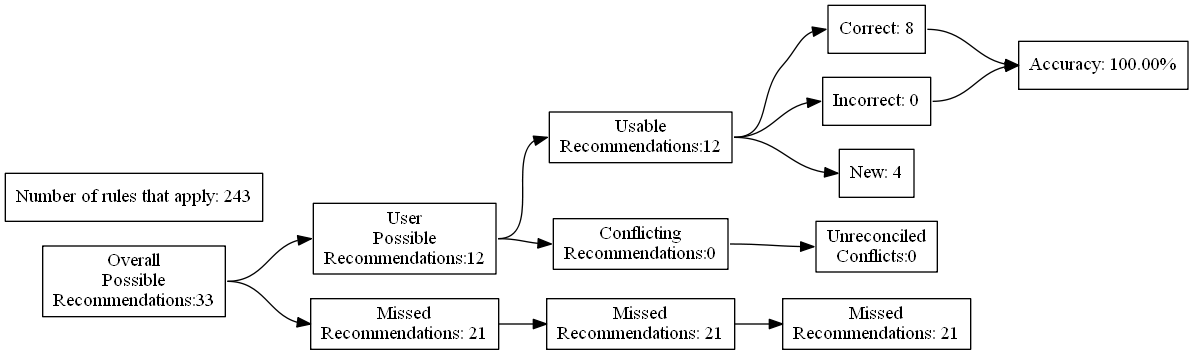
Before: test_renders/51.gv.png, a diagram exported from Graphviz (ZaxR/ibd_diet_analysis). Its source is kept beside it as test_renders/51.gv.
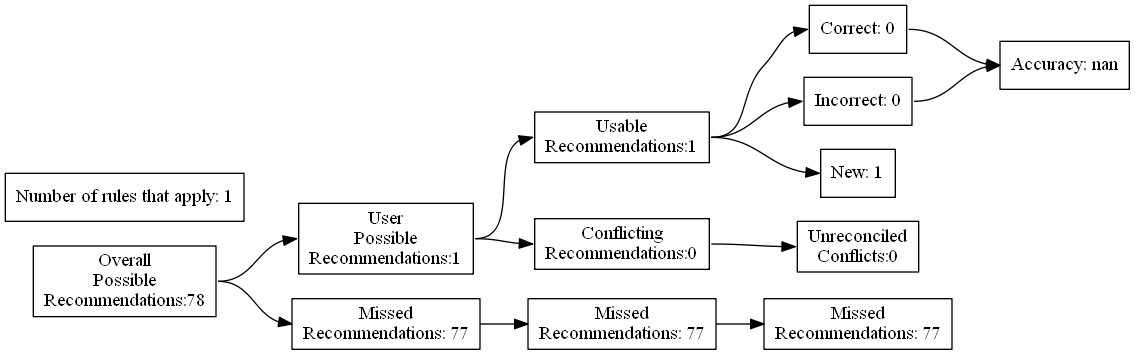
Above is the later version.

Diff of the diagram source:
```diff
@@ -4,27 +4,27 @@
 	edge [headport=w tailport=e]
 		A [label="Overall
 Possible
-Recommendations:33"]
+Recommendations:78"]
 		B [label="User
 Possible
-Recommendations:12"]
+Recommendations:1"]
 		C [label="Missed
-Recommendations: 21"]
+Recommendations: 77"]
 		D [label="Usable
-Recommendations:12"]
+Recommendations:1"]
 		E [label="Conflicting
 Recommendations:0"]
 		J [label="Missed
-Recommendations: 21"]
+Recommendations: 77"]
 		M [label="Unreconciled
 Conflicts:0"]
-		F [label="Correct: 8"]
+		F [label="Correct: 0"]
 		G [label="Incorrect: 0"]
-		H [label="New: 4"]
+		H [label="New: 1"]
 		K [label="Missed
-Recommendations: 21"]
-		I [label="Accuracy: 100.00%"]
-		l [label="Number of rules that apply: 243"]
+Recommendations: 77"]
+		I [label="Accuracy: nan"]
+		l [label="Number of rules that apply: 1"]
 			A -> B
 			A -> C
 			B -> D
```
